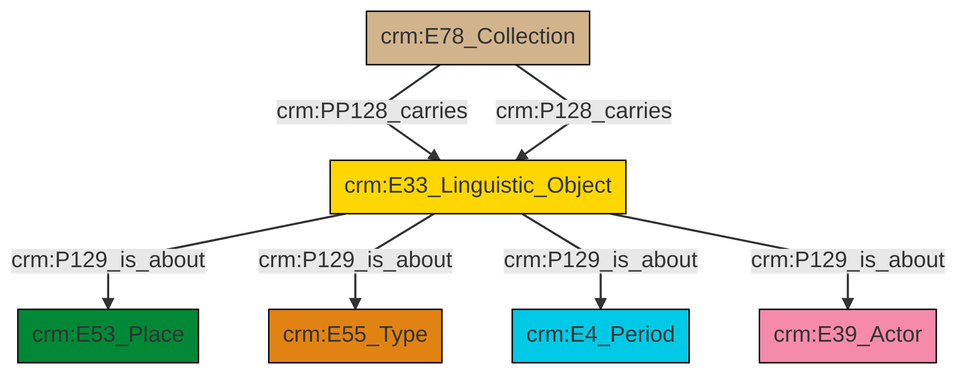
The Mermaid diagram et/archivalCSV/ttl/mmd/png/archival_aboutness.png in swiss-art-research-net/docs.swissartresearch, before a commit. Its source is kept beside it as et/archivalCSV/ttl/mmd/archival_aboutness.ttl.mmd.
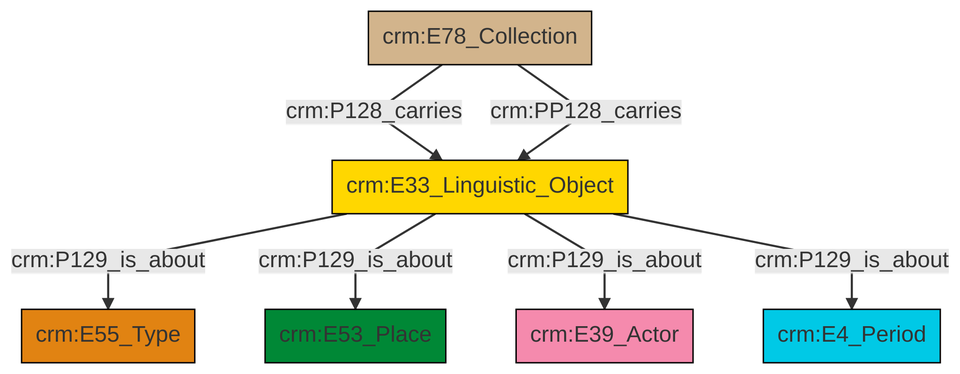
The same file after the commit.

Diff of the diagram source:
```diff
@@ -13,9 +13,9 @@
 classDef PC_Classes fill:#4ce600, stroke:#000000;
 classDef Multi fill:#cccccc,stroke:#000000;
 
-0["crm:E78_Collection"]:::Physical_Thing -->|crm:PP128_carries| 1["crm:E33_Linguistic_Object"]:::Conceptual_Object
-1["crm:E33_Linguistic_Object"]:::Conceptual_Object -->|crm:P129_is_about| 6["crm:E53_Place"]:::Place
-1["crm:E33_Linguistic_Object"]:::Conceptual_Object -->|crm:P129_is_about| 8["crm:E55_Type"]:::Type
-1["crm:E33_Linguistic_Object"]:::Conceptual_Object -->|crm:P129_is_about| 2["crm:E4_Period"]:::Temporal_Entity
-1["crm:E33_Linguistic_Object"]:::Conceptual_Object -->|crm:P129_is_about| 4["crm:E39_Actor"]:::Actor
-0["crm:E78_Collection"]:::Physical_Thing -->|crm:P128_carries| 1["crm:E33_Linguistic_Object"]:::Conceptual_Object
+0["crm:E33_Linguistic_Object"]:::Conceptual_Object -->|crm:P129_is_about| 1["crm:E55_Type"]:::Type
+2["crm:E78_Collection"]:::Physical_Thing -->|crm:P128_carries| 0["crm:E33_Linguistic_Object"]:::Conceptual_Object
+2["crm:E78_Collection"]:::Physical_Thing -->|crm:PP128_carries| 0["crm:E33_Linguistic_Object"]:::Conceptual_Object
+0["crm:E33_Linguistic_Object"]:::Conceptual_Object -->|crm:P129_is_about| 5["crm:E53_Place"]:::Place
+0["crm:E33_Linguistic_Object"]:::Conceptual_Object -->|crm:P129_is_about| 3["crm:E39_Actor"]:::Actor
+0["crm:E33_Linguistic_Object"]:::Conceptual_Object -->|crm:P129_is_about| 9["crm:E4_Period"]:::Temporal_Entity
```
